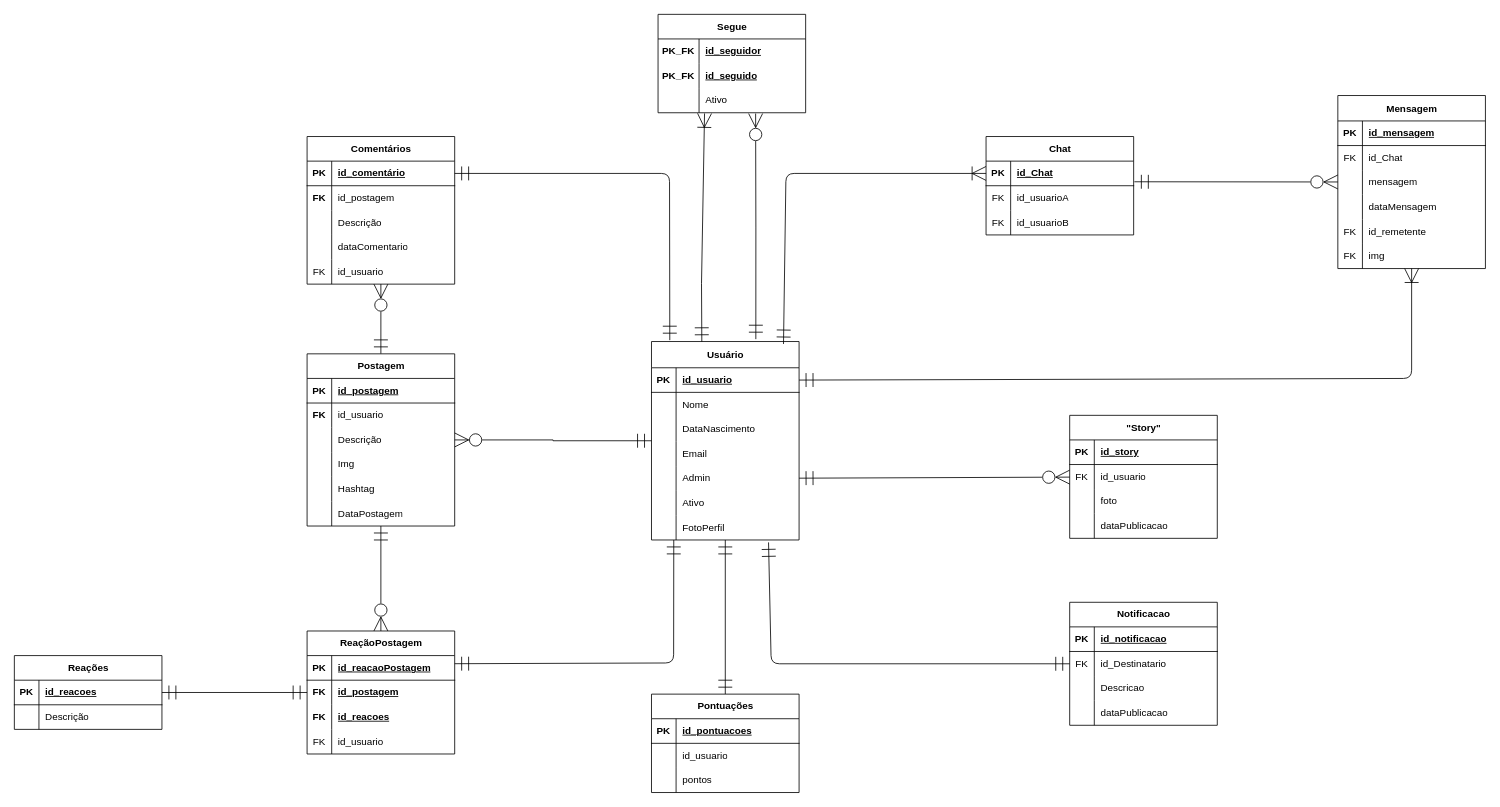
Above: plans/db_logicModeling.drawio in wallacin07/SocialMedia_WebProject (draw.io), before the change. Source tidied: cells renumbered, new cells numbered last; positions are measured from the earlier drawing's top-left corner, leaving out a move shared by most shapes. Both pictures are drawn from the tidied source at 82%, with x=0, y=0 at pixel (14, 14).
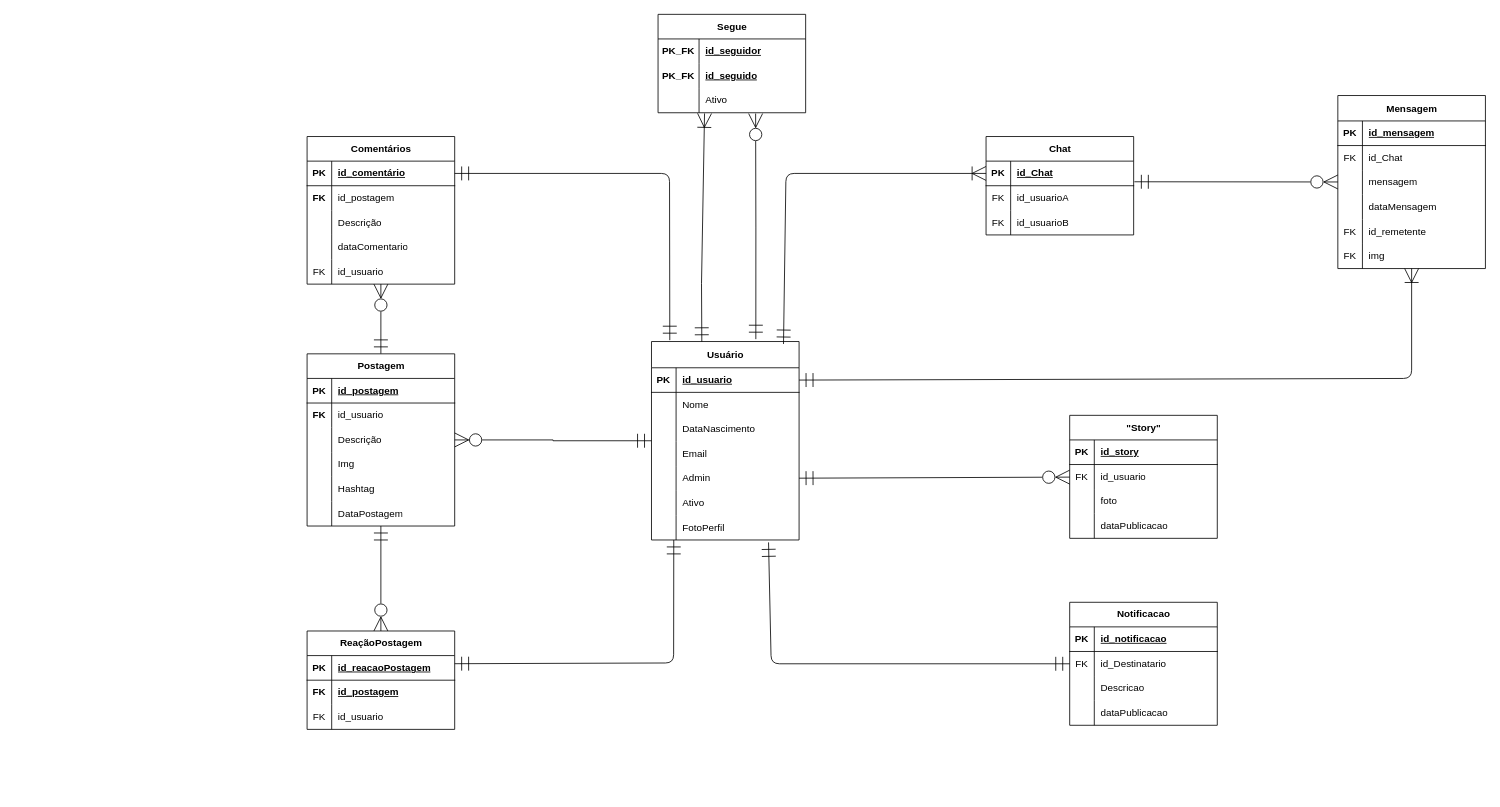
After the change.

Unchanged cells that the change refers to:
```xml
<mxCell id="4" value="Usuário" style="shape=table;startSize=32;childLayout=tableLayout;rowLines=0;fontStyle=1;align=center;html=1;" parent="1" vertex="1">
  <mxGeometry x="777" y="399" width="180" height="242" as="geometry" />
</mxCell>
<mxCell id="62" style="shape=tableRow;horizontal=0;startSize=0;swimlaneHead=0;swimlaneBody=0;fillColor=none;points=[[0,0.5],[1,0.5]];portConstraint=eastwest;top=0;left=0;right=0;bottom=0;" parent="58" vertex="1">
  <mxGeometry y="60" width="180" height="30" as="geometry" />
</mxCell>
```

The edit, as a diff of the source:
```diff
@@
-    <mxCell id="47" style="edgeStyle=none;html=1;exitX=0.5;exitY=0;exitDx=0;exitDy=0;startArrow=ERmandOne;startFill=0;endArrow=ERmandOne;endFill=0;startSize=15;endSize=15;" parent="1" edge="1" source="48" target="4">
-      <mxGeometry relative="1" as="geometry" />
-    </mxCell>
-    <mxCell id="48" value="Pontuações" style="shape=table;startSize=30;childLayout=tableLayout;rowLines=0;fontStyle=1;align=center;html=1;" parent="1" vertex="1">
-      <mxGeometry x="777" y="829" width="180" height="120" as="geometry" />
-    </mxCell>
-    <mxCell id="49" style="shape=tableRow;horizontal=0;startSize=0;swimlaneHead=0;swimlaneBody=0;fillColor=none;top=0;left=0;right=0;bottom=1;" parent="48" vertex="1">
-      <mxGeometry y="30" width="180" height="30" as="geometry" />
-    </mxCell>
-    <mxCell id="50" value="PK" style="shape=partialRectangle;fillColor=none;top=0;left=0;bottom=0;right=0;fontStyle=1;overflow=hidden;whiteSpace=wrap;html=1;" parent="49" vertex="1">
-      <mxGeometry width="30" height="30" as="geometry" />
-    </mxCell>
-    <mxCell id="51" value="id_pontuacoes" style="shape=partialRectangle;fillColor=none;top=0;left=0;bottom=0;right=0;align=left;spacingLeft=6;fontStyle=5;overflow=hidden;whiteSpace=wrap;html=1;" parent="49" vertex="1">
-      <mxGeometry x="30" width="150" height="30" as="geometry" />
-    </mxCell>
-    <mxCell id="52" style="shape=tableRow;horizontal=0;startSize=0;swimlaneHead=0;swimlaneBody=0;fillColor=none;top=0;left=0;right=0;bottom=0;" parent="48" vertex="1">
-      <mxGeometry y="60" width="180" height="30" as="geometry" />
-    </mxCell>
-    <mxCell id="53" style="shape=partialRectangle;fillColor=none;top=0;left=0;bottom=0;right=0;overflow=hidden;whiteSpace=wrap;html=1;" parent="52" vertex="1">
-      <mxGeometry width="30" height="30" as="geometry" />
-    </mxCell>
-    <mxCell id="54" value="id_usuario" style="shape=partialRectangle;fillColor=none;top=0;left=0;bottom=0;right=0;align=left;spacingLeft=6;overflow=hidden;whiteSpace=wrap;html=1;" parent="52" vertex="1">
-      <mxGeometry x="30" width="150" height="30" as="geometry" />
-    </mxCell>
-    <mxCell id="55" style="shape=tableRow;horizontal=0;startSize=0;swimlaneHead=0;swimlaneBody=0;fillColor=none;top=0;left=0;right=0;bottom=0;" parent="48" vertex="1">
-      <mxGeometry y="90" width="180" height="30" as="geometry" />
-    </mxCell>
-    <mxCell id="56" style="shape=partialRectangle;fillColor=none;top=0;left=0;bottom=0;right=0;overflow=hidden;whiteSpace=wrap;html=1;" parent="55" vertex="1">
-      <mxGeometry width="30" height="30" as="geometry" />
-    </mxCell>
-    <mxCell id="57" value="pontos" style="shape=partialRectangle;fillColor=none;top=0;left=0;bottom=0;right=0;align=left;spacingLeft=6;overflow=hidden;whiteSpace=wrap;html=1;" parent="55" vertex="1">
-      <mxGeometry x="30" width="150" height="30" as="geometry" />
-    </mxCell>
     <mxCell id="58" value="ReaçãoPostagem" style="shape=table;startSize=30;childLayout=tableLayout;rowLines=0;fontStyle=1;align=center;html=1;" parent="1" vertex="1">
-      <mxGeometry x="357" y="752" width="180" height="150" as="geometry" />
+      <mxGeometry x="357" y="752" width="180" height="120" as="geometry" />
     </mxCell>
@@
-    <mxCell id="65" style="shape=tableRow;horizontal=0;startSize=0;swimlaneHead=0;swimlaneBody=0;fillColor=none;top=0;left=0;right=0;bottom=0;" parent="58" vertex="1">
-      <mxGeometry y="90" width="180" height="30" as="geometry" />
-    </mxCell>
-    <mxCell id="66" value="&lt;b&gt;FK&lt;/b&gt;" style="shape=partialRectangle;fillColor=none;top=0;left=0;bottom=0;right=0;overflow=hidden;whiteSpace=wrap;html=1;" parent="65" vertex="1">
-      <mxGeometry width="30" height="30" as="geometry" />
-    </mxCell>
-    <mxCell id="67" value="&lt;span style=&quot;font-weight: 700; text-decoration-line: underline;&quot;&gt;id_reacoes&lt;/span&gt;" style="shape=partialRectangle;fillColor=none;top=0;left=0;bottom=0;right=0;align=left;spacingLeft=6;overflow=hidden;whiteSpace=wrap;html=1;" parent="65" vertex="1">
-      <mxGeometry x="30" width="150" height="30" as="geometry" />
-    </mxCell>
     <mxCell id="68" style="shape=tableRow;horizontal=0;startSize=0;swimlaneHead=0;swimlaneBody=0;fillColor=none;top=0;left=0;right=0;bottom=0;" parent="58" vertex="1">
-      <mxGeometry y="120" width="180" height="30" as="geometry" />
+      <mxGeometry y="90" width="180" height="30" as="geometry" />
     </mxCell>
@@
-    <mxCell id="71" style="edgeStyle=orthogonalEdgeStyle;rounded=0;jettySize=auto;html=1;startArrow=ERmandOne;startFill=0;endSize=15;startSize=15;endArrow=ERmandOne;endFill=0;entryX=0;entryY=0.5;entryDx=0;entryDy=0;" parent="1" edge="1" source="72" target="62">
-      <mxGeometry relative="1" as="geometry" />
-    </mxCell>
-    <mxCell id="72" value="Reações" style="shape=table;startSize=30;childLayout=tableLayout;rowLines=0;fontStyle=1;align=center;html=1;" parent="1" vertex="1">
-      <mxGeometry y="782" width="180" height="90" as="geometry" />
-    </mxCell>
-    <mxCell id="73" style="shape=tableRow;horizontal=0;startSize=0;swimlaneHead=0;swimlaneBody=0;fillColor=none;top=0;left=0;right=0;bottom=1;" parent="72" vertex="1">
-      <mxGeometry y="30" width="180" height="30" as="geometry" />
-    </mxCell>
-    <mxCell id="74" value="PK" style="shape=partialRectangle;fillColor=none;top=0;left=0;bottom=0;right=0;fontStyle=1;overflow=hidden;whiteSpace=wrap;html=1;" parent="73" vertex="1">
-      <mxGeometry width="30" height="30" as="geometry" />
-    </mxCell>
-    <mxCell id="75" value="id_reacoes" style="shape=partialRectangle;fillColor=none;top=0;left=0;bottom=0;right=0;align=left;spacingLeft=6;fontStyle=5;overflow=hidden;whiteSpace=wrap;html=1;" parent="73" vertex="1">
-      <mxGeometry x="30" width="150" height="30" as="geometry" />
-    </mxCell>
-    <mxCell id="76" style="shape=tableRow;horizontal=0;startSize=0;swimlaneHead=0;swimlaneBody=0;fillColor=none;top=0;left=0;right=0;bottom=0;" parent="72" vertex="1">
-      <mxGeometry y="60" width="180" height="30" as="geometry" />
-    </mxCell>
-    <mxCell id="77" style="shape=partialRectangle;fillColor=none;top=0;left=0;bottom=0;right=0;overflow=hidden;whiteSpace=wrap;html=1;" parent="76" vertex="1">
-      <mxGeometry width="30" height="30" as="geometry" />
-    </mxCell>
-    <mxCell id="78" value="Descrição" style="shape=partialRectangle;fillColor=none;top=0;left=0;bottom=0;right=0;align=left;spacingLeft=6;overflow=hidden;whiteSpace=wrap;html=1;" parent="76" vertex="1">
-      <mxGeometry x="30" width="150" height="30" as="geometry" />
-    </mxCell>
```
